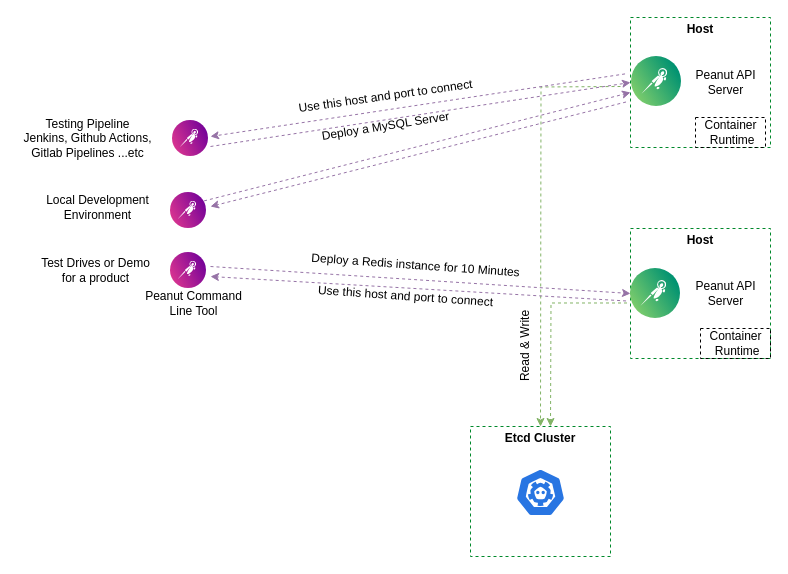
Before: assets/chart.drawio in Clivern/Peanut, a draw.io diagram. Source tidied: cells renumbered, new cells numbered last; positions are measured from the earlier drawing's top-left corner, leaving out a move shared by most shapes. Both pictures are drawn from the tidied source at 100%, with x=0, y=0 at pixel (17, 17).
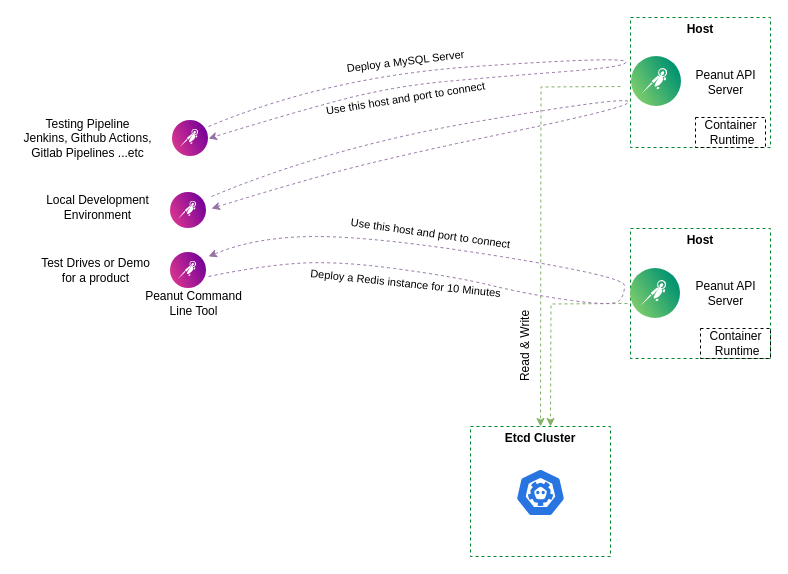
The same diagram, later.

The change refers to these unchanged cells:
```xml
<mxCell id="3" value="Host" style="fontStyle=1;verticalAlign=top;align=center;spacingTop=-2;fillColor=none;rounded=0;whiteSpace=wrap;html=1;strokeColor=#00882B;strokeWidth=1;dashed=1;" parent="1" vertex="1">
  <mxGeometry x="613" width="140" height="130" as="geometry" />
</mxCell>
<mxCell id="7" value="Host" style="fontStyle=1;verticalAlign=top;align=center;spacingTop=-2;fillColor=none;rounded=0;whiteSpace=wrap;html=1;strokeColor=#00882B;strokeWidth=1;dashed=1;" parent="1" vertex="1">
  <mxGeometry x="613" y="211" width="140" height="130" as="geometry" />
</mxCell>
<mxCell id="20" style="perimeter=ellipsePerimeter;html=1;align=center;fontSize=12;verticalAlign=top;fontColor=#364149;shadow=0;dashed=0;image;image=img/lib/cumulus/cumulus_linux_icon.svg;strokeColor=#000000;fillColor=none;" parent="1" vertex="1">
  <mxGeometry x="613" y="251" width="50" height="50" as="geometry" />
</mxCell>
<mxCell id="31" style="perimeter=ellipsePerimeter;html=1;align=center;fontSize=12;verticalAlign=top;fontColor=#364149;shadow=0;dashed=0;image;image=img/lib/cumulus/cumulus_netq_icon.svg;strokeColor=#000000;fillColor=none;" parent="1" vertex="1">
  <mxGeometry x="155" y="103" width="36" height="36" as="geometry" />
</mxCell>
```

What changed in the source:
```diff
@@
-    <mxCell id="10" style="endArrow=classic;html=1;entryX=0;entryY=0.5;entryDx=0;entryDy=0;fillColor=#e1d5e7;strokeColor=#9673a6;dashed=1;" parent="1" edge="1" target="3">
-      <mxGeometry relative="1" as="geometry">
-        <mxPoint x="193" y="129" as="sourcePoint" />
-      </mxGeometry>
-    </mxCell>
-    <mxCell id="11" style="endArrow=classic;html=1;entryX=0;entryY=0.5;entryDx=0;entryDy=0;fillColor=#e1d5e7;strokeColor=#9673a6;dashed=1;" parent="1" edge="1" target="7">
-      <mxGeometry relative="1" as="geometry">
-        <mxPoint x="193" y="249" as="sourcePoint" />
-      </mxGeometry>
-    </mxCell>
@@
-    <mxCell id="14" value="Deploy a Redis instance for 10 Minutes" style="text;html=1;align=center;verticalAlign=middle;rotation=4;" parent="1" vertex="1">
-      <mxGeometry x="288" y="238" width="220" height="20" as="geometry" />
+    <mxCell id="14" value="Deploy a Redis instance for 10 Minutes" style="text;html=1;align=center;verticalAlign=middle;rotation=6;fontSize=11;" parent="1" vertex="1">
+      <mxGeometry x="283" y="256" width="210" height="20" as="geometry" />
     </mxCell>
@@
-    <mxCell id="18" style="edgeStyle=orthogonalEdgeStyle;rounded=0;jettySize=auto;html=1;fillColor=#d5e8d4;strokeColor=#82b366;dashed=1;exitX=-0.025;exitY=0.573;exitDx=0;exitDy=0;exitPerimeter=0;" parent="1" edge="1" source="7">
+    <mxCell id="18" style="edgeStyle=orthogonalEdgeStyle;rounded=0;orthogonalLoop=1;jettySize=auto;html=1;fillColor=#d5e8d4;strokeColor=#82b366;dashed=1;" parent="1" edge="1">
       <mxGeometry relative="1" as="geometry">
+        <mxPoint x="610" y="286" as="sourcePoint" />
         <mxPoint x="533" y="409" as="targetPoint" />
       </mxGeometry>
     </mxCell>
@@
-    <mxCell id="21" style="endArrow=classic;html=1;fillColor=#e1d5e7;strokeColor=#9673a6;dashed=1;exitX=1;exitY=0;exitDx=0;exitDy=0;" parent="1" edge="1">
-      <mxGeometry relative="1" as="geometry">
-        <mxPoint x="186.6" y="183.4" as="sourcePoint" />
-        <mxPoint x="613" y="75" as="targetPoint" />
-      </mxGeometry>
-    </mxCell>
-    <mxCell id="22" style="endArrow=classic;html=1;fillColor=#e1d5e7;strokeColor=#9673a6;dashed=1;exitX=-0.032;exitY=0.65;exitDx=0;exitDy=0;exitPerimeter=0;" parent="1" edge="1" source="3">
-      <mxGeometry relative="1" as="geometry">
-        <mxPoint x="193" y="189" as="targetPoint" />
-      </mxGeometry>
-    </mxCell>
-    <mxCell id="23" style="endArrow=classic;html=1;fillColor=#e1d5e7;strokeColor=#9673a6;dashed=1;exitX=-0.039;exitY=0.434;exitDx=0;exitDy=0;exitPerimeter=0;" parent="1" edge="1" source="3">
-      <mxGeometry relative="1" as="geometry">
-        <mxPoint x="193" y="119" as="targetPoint" />
-      </mxGeometry>
-    </mxCell>
-    <mxCell id="24" style="endArrow=classic;html=1;fillColor=#e1d5e7;strokeColor=#9673a6;dashed=1;exitX=-0.089;exitY=0.649;exitDx=0;exitDy=0;exitPerimeter=0;" parent="1" edge="1" source="20">
-      <mxGeometry relative="1" as="geometry">
-        <mxPoint x="193" y="259" as="targetPoint" />
-      </mxGeometry>
-    </mxCell>
-    <mxCell id="25" value="Use this host and port to connect" style="text;html=1;align=center;verticalAlign=middle;rotation=4;" parent="1" vertex="1">
-      <mxGeometry x="293" y="269" width="190" height="20" as="geometry" />
+    <mxCell id="25" value="Use this host and port to connect" style="text;html=1;align=center;verticalAlign=middle;rotation=8;fontSize=11;" parent="1" vertex="1">
+      <mxGeometry x="323" y="206" width="180" height="20" as="geometry" />
     </mxCell>
-    <mxCell id="26" value="Deploy a MySQL Server" style="text;html=1;align=center;verticalAlign=middle;rotation=351;" parent="1" vertex="1">
-      <mxGeometry x="298" y="99" width="140" height="20" as="geometry" />
+    <mxCell id="26" value="Deploy a MySQL Server" style="text;html=1;align=center;verticalAlign=middle;rotation=353;fontSize=11;" parent="1" vertex="1">
+      <mxGeometry x="323" y="34" width="130" height="20" as="geometry" />
     </mxCell>
-    <mxCell id="27" value="Use this host and port to connect" style="text;html=1;align=center;verticalAlign=middle;rotation=352;" parent="1" vertex="1">
-      <mxGeometry x="273" y="69" width="190" height="20" as="geometry" />
+    <mxCell id="27" value="Use this host and port to connect" style="text;html=1;align=center;verticalAlign=middle;rotation=351;fontSize=11;" parent="1" vertex="1">
+      <mxGeometry x="298" y="71" width="180" height="20" as="geometry" />
     </mxCell>
@@
+    <mxCell id="32" style="curved=1;endArrow=classic;html=1;strokeColor=#9673a6;dashed=1;fillColor=#e1d5e7;entryX=1;entryY=0.5;entryDx=0;entryDy=0;" parent="1" edge="1" target="31">
+      <mxGeometry relative="1" as="geometry">
+        <mxPoint x="191" y="109" as="sourcePoint" />
+        <Array as="points">
+          <mxPoint x="311" y="59" />
+          <mxPoint x="603" y="39" />
+          <mxPoint x="613" y="49" />
+          <mxPoint x="483" y="59" />
+          <mxPoint x="373" y="69" />
+          <mxPoint x="262" y="99" />
+        </Array>
+      </mxGeometry>
+    </mxCell>
+    <mxCell id="33" style="curved=1;endArrow=classic;html=1;strokeColor=#9673a6;dashed=1;fillColor=#e1d5e7;entryX=1;entryY=0.5;entryDx=0;entryDy=0;" parent="1" edge="1">
+      <mxGeometry relative="1" as="geometry">
+        <mxPoint x="194" y="179" as="sourcePoint" />
+        <mxPoint x="194" y="191" as="targetPoint" />
+        <Array as="points">
+          <mxPoint x="314" y="129" />
+          <mxPoint x="606" y="79" />
+          <mxPoint x="616" y="89" />
+          <mxPoint x="376" y="139" />
+          <mxPoint x="265" y="169" />
+        </Array>
+      </mxGeometry>
+    </mxCell>
+    <mxCell id="34" style="curved=1;endArrow=classic;html=1;strokeColor=#9673a6;dashed=1;fillColor=#e1d5e7;" parent="1" edge="1">
+      <mxGeometry relative="1" as="geometry">
+        <mxPoint x="191" y="259" as="sourcePoint" />
+        <mxPoint x="191" y="239" as="targetPoint" />
+        <Array as="points">
+          <mxPoint x="239" y="249" />
+          <mxPoint x="317" y="243" />
+          <mxPoint x="437" y="259" />
+          <mxPoint x="511" y="277" />
+          <mxPoint x="597" y="289" />
+          <mxPoint x="607" y="277" />
+          <mxPoint x="607" y="259" />
+          <mxPoint x="359" y="219" />
+          <mxPoint x="239" y="219" />
+        </Array>
+      </mxGeometry>
+    </mxCell>
```
